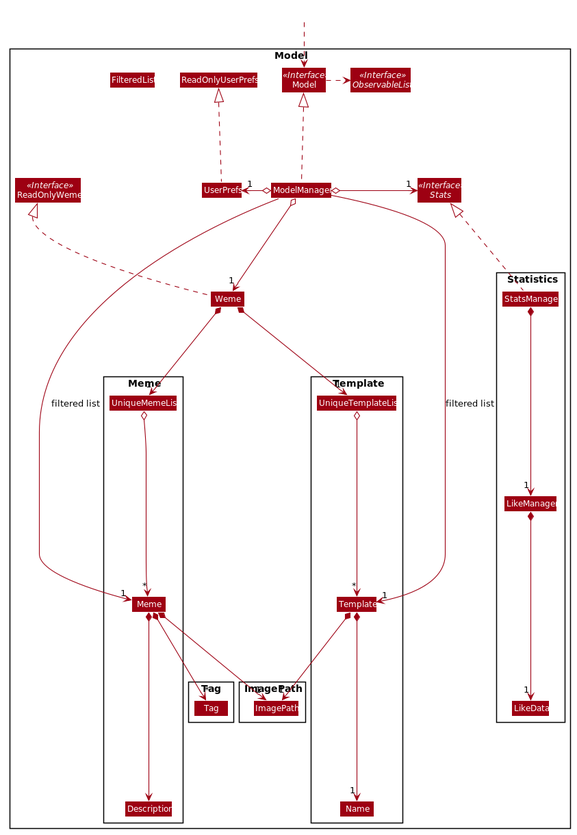
The PlantUML diagram docs/images/ModelClassDiagram.png in nus-cs2103-AY1920S1/addressbook-level3, before a commit.
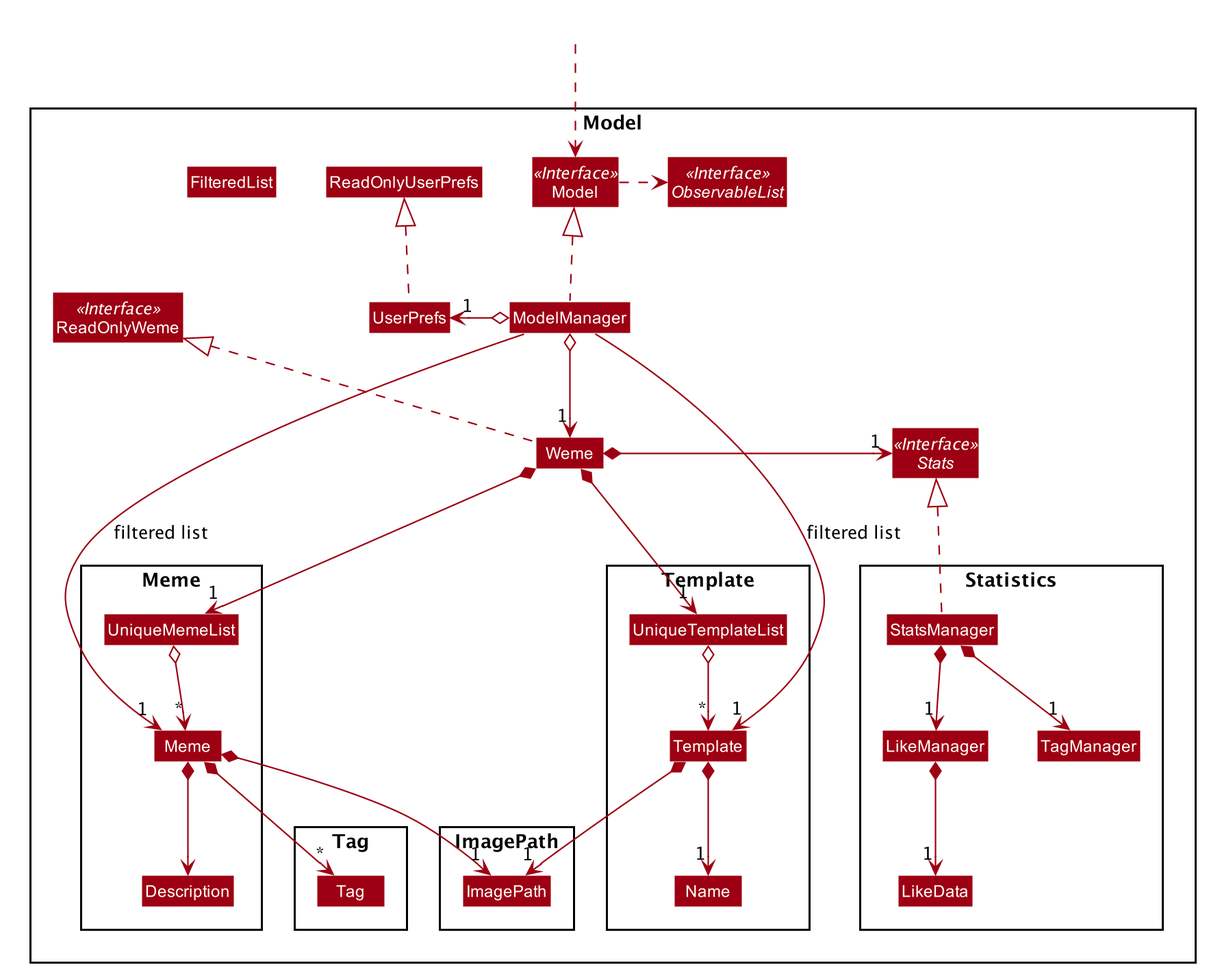
After the change.

Change to the diagram source:
```diff
@@ -80,6 +80,7 @@
 Class StatsManager
 Class LikeData
 Class LikeManager
+Class TagManager
 }
 
 Package Tag {
@@ -100,7 +101,6 @@
 Model .right.> ObservableList
 ModelManager o--> "1" Weme
 ModelManager o-left-> "1" UserPrefs
-ModelManager o-right-> "1" Stats
 UserPrefs .up.|> ReadOnlyUserPrefs
 
 Weme *--> "1" UniqueMemeList
@@ -109,6 +109,8 @@
 Meme *--> Description
 Meme *--> "*" Tag
 
+Weme *-right-> "1" Stats
+
 Weme *--> "1" UniqueTemplateList
 UniqueTemplateList o--> "*" Template
 Template *--> "1" Name
@@ -116,6 +118,7 @@
 
 StatsManager .up.|> Stats
 StatsManager *--> "1" LikeManager
+StatsManager *--> "1" TagManager
 LikeManager *--> "1" LikeData
 
 ModelManager -->"1" Meme : filtered list
```
